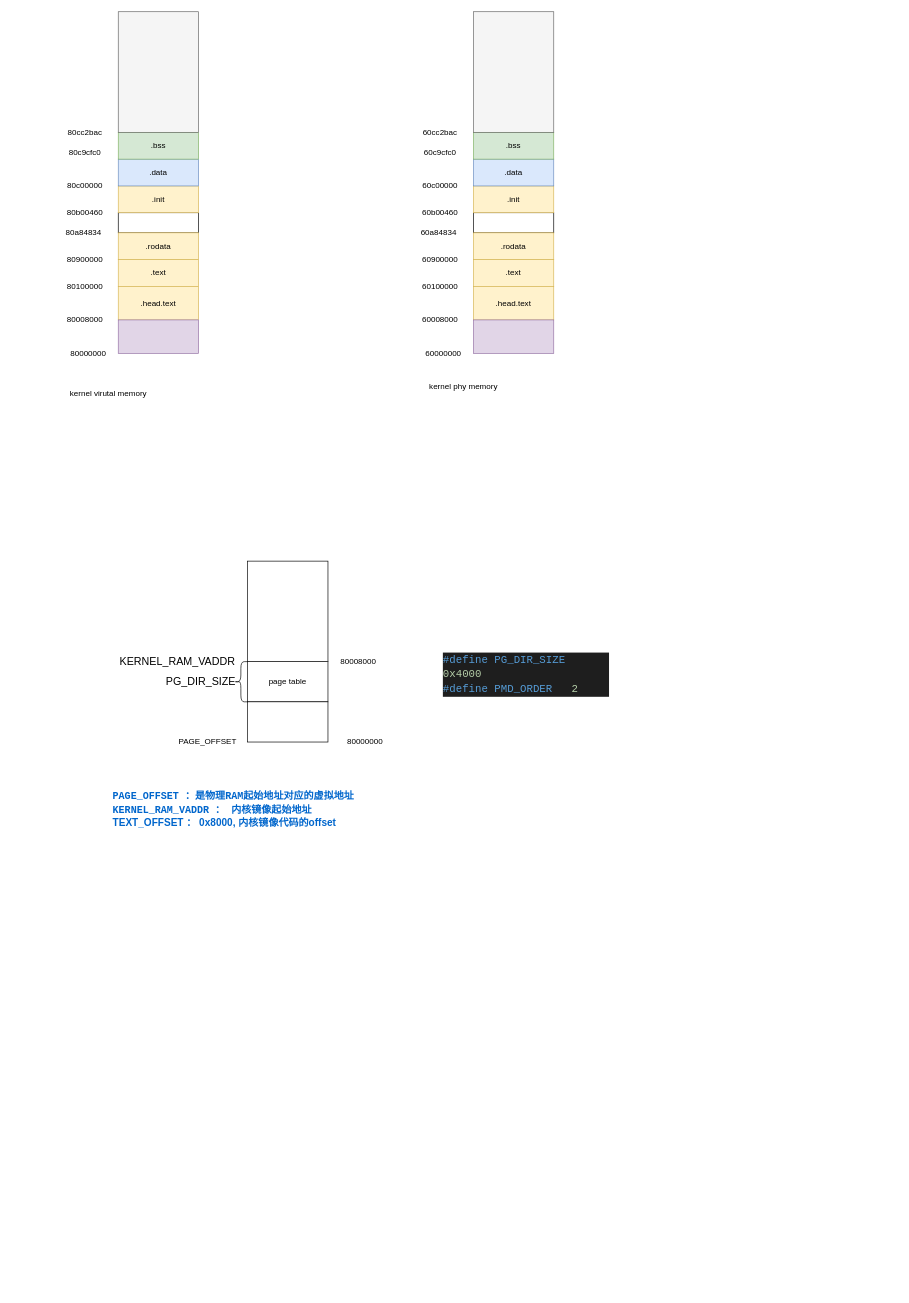
The draw.io diagram page "memory" (4 of 4) of linux.drawio in thomas-coding/drawio, before the edit. Source tidied: cells renumbered, new cells numbered last; positions are measured from the earlier drawing's top-left corner, leaving out a move shared by most shapes. Both pictures are drawn from the tidied source at 67%, with x=0, y=0 at pixel (60, 11).
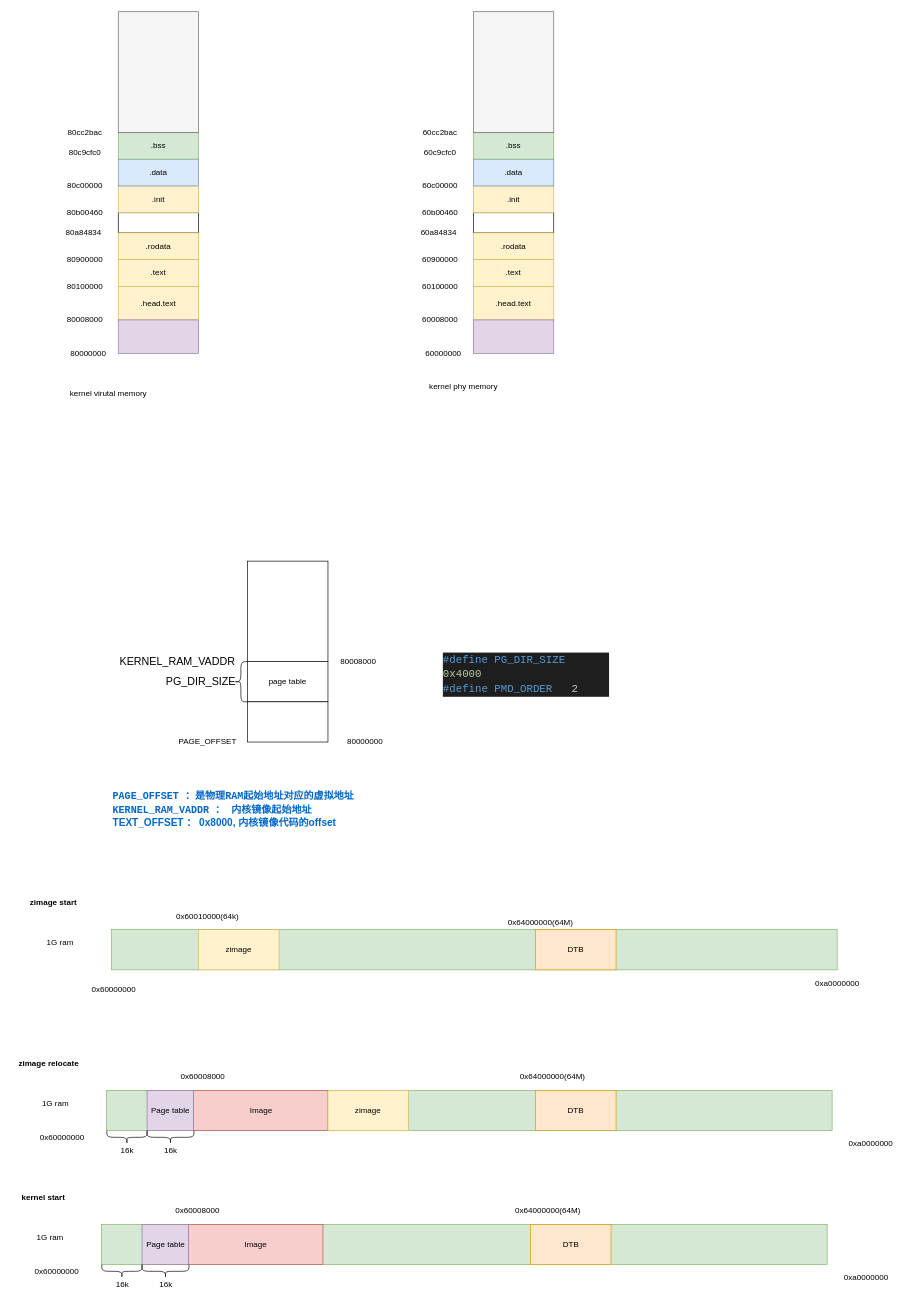
After the change.

Diff of the diagram source:
```diff
@@
+    <mxCell id="51" style="rounded=0;whiteSpace=wrap;html=1;fillColor=#d5e8d4;strokeColor=#82b366;" parent="1" vertex="1">
+      <mxGeometry x="77" y="1370" width="1083" height="60" as="geometry" />
+    </mxCell>
+    <mxCell id="52" value="1G ram" style="text;html=1;align=center;verticalAlign=middle;strokeColor=none;fillColor=none;" parent="1" vertex="1">
+      <mxGeometry x="-30" y="1380" width="60" height="20" as="geometry" />
+    </mxCell>
+    <mxCell id="53" value="zimage" style="rounded=0;whiteSpace=wrap;html=1;fillColor=#fff2cc;strokeColor=#d6b656;" parent="1" vertex="1">
+      <mxGeometry x="207" y="1370" width="120" height="60" as="geometry" />
+    </mxCell>
+    <mxCell id="54" value="0x60000000" style="text;html=1;align=center;verticalAlign=middle;strokeColor=none;fillColor=none;" parent="1" vertex="1">
+      <mxGeometry x="40" y="1450" width="80" height="20" as="geometry" />
+    </mxCell>
+    <mxCell id="55" value="0xa0000000" style="text;html=1;align=center;verticalAlign=middle;strokeColor=none;fillColor=none;" parent="1" vertex="1">
+      <mxGeometry x="1120" y="1440" width="80" height="20" as="geometry" />
+    </mxCell>
+    <mxCell id="56" value="0x60010000(64k)" style="text;html=1;align=center;verticalAlign=middle;strokeColor=none;fillColor=none;" parent="1" vertex="1">
+      <mxGeometry x="165" y="1340" width="110" height="20" as="geometry" />
+    </mxCell>
+    <mxCell id="57" value="DTB" style="rounded=0;whiteSpace=wrap;html=1;fillColor=#ffe6cc;strokeColor=#d79b00;" parent="1" vertex="1">
+      <mxGeometry x="710" y="1370" width="120" height="60" as="geometry" />
+    </mxCell>
+    <mxCell id="58" value="0x64000000(64M)" style="text;html=1;align=center;verticalAlign=middle;strokeColor=none;fillColor=none;" parent="1" vertex="1">
+      <mxGeometry x="662" y="1350" width="110" height="20" as="geometry" />
+    </mxCell>
+    <mxCell id="59" value="zimage start" style="text;html=1;align=center;verticalAlign=middle;strokeColor=none;fillColor=none;fontStyle=1;" parent="1" vertex="1">
+      <mxGeometry x="-55" y="1320" width="90" height="20" as="geometry" />
+    </mxCell>
+    <mxCell id="60" style="rounded=0;whiteSpace=wrap;html=1;fillColor=#d5e8d4;strokeColor=#82b366;" parent="1" vertex="1">
+      <mxGeometry x="69.5" y="1610" width="1083" height="60" as="geometry" />
+    </mxCell>
+    <mxCell id="61" value="1G ram" style="text;html=1;align=center;verticalAlign=middle;strokeColor=none;fillColor=none;" parent="1" vertex="1">
+      <mxGeometry x="-37.5" y="1620" width="60" height="20" as="geometry" />
+    </mxCell>
+    <mxCell id="62" value="Image" style="rounded=0;whiteSpace=wrap;html=1;fillColor=#f8cecc;strokeColor=#b85450;" parent="1" vertex="1">
+      <mxGeometry x="199.5" y="1610" width="200.5" height="60" as="geometry" />
+    </mxCell>
+    <mxCell id="63" value="0x60000000" style="text;html=1;align=center;verticalAlign=middle;strokeColor=none;fillColor=none;" parent="1" vertex="1">
+      <mxGeometry x="-37.5" y="1670" width="80" height="20" as="geometry" />
+    </mxCell>
+    <mxCell id="64" value="0xa0000000" style="text;html=1;align=center;verticalAlign=middle;strokeColor=none;fillColor=none;" parent="1" vertex="1">
+      <mxGeometry x="1170" y="1680" width="80" height="20" as="geometry" />
+    </mxCell>
+    <mxCell id="65" value="0x60008000" style="text;html=1;align=center;verticalAlign=middle;strokeColor=none;fillColor=none;" parent="1" vertex="1">
+      <mxGeometry x="172.5" y="1580" width="80" height="20" as="geometry" />
+    </mxCell>
+    <mxCell id="66" value="DTB" style="rounded=0;whiteSpace=wrap;html=1;fillColor=#ffe6cc;strokeColor=#d79b00;" parent="1" vertex="1">
+      <mxGeometry x="710" y="1610" width="120" height="60" as="geometry" />
+    </mxCell>
+    <mxCell id="67" value="0x64000000(64M)" style="text;html=1;align=center;verticalAlign=middle;strokeColor=none;fillColor=none;" parent="1" vertex="1">
+      <mxGeometry x="680" y="1580" width="110" height="20" as="geometry" />
+    </mxCell>
+    <mxCell id="68" value="zimage relocate" style="text;html=1;align=center;verticalAlign=middle;strokeColor=none;fillColor=none;fontStyle=1;" parent="1" vertex="1">
+      <mxGeometry x="-72.5" y="1560" width="110" height="20" as="geometry" />
+    </mxCell>
+    <mxCell id="69" value="zimage" style="rounded=0;whiteSpace=wrap;html=1;fillColor=#fff2cc;strokeColor=#d6b656;" parent="1" vertex="1">
+      <mxGeometry x="400" y="1610" width="120" height="60" as="geometry" />
+    </mxCell>
+    <mxCell id="70" value="Page table" style="rounded=0;whiteSpace=wrap;html=1;fillColor=#e1d5e7;strokeColor=#9673a6;" parent="1" vertex="1">
+      <mxGeometry x="130" y="1610" width="69.5" height="60" as="geometry" />
+    </mxCell>
+    <mxCell id="71" style="shape=curlyBracket;whiteSpace=wrap;html=1;rounded=1;direction=north;" parent="1" vertex="1">
+      <mxGeometry x="70" y="1670" width="60" height="20" as="geometry" />
+    </mxCell>
+    <mxCell id="72" value="16k" style="text;html=1;align=center;verticalAlign=middle;strokeColor=none;fillColor=none;" parent="1" vertex="1">
+      <mxGeometry x="85" y="1690" width="30" height="20" as="geometry" />
+    </mxCell>
+    <mxCell id="73" style="shape=curlyBracket;whiteSpace=wrap;html=1;rounded=1;direction=north;" parent="1" vertex="1">
+      <mxGeometry x="130" y="1670" width="70" height="20" as="geometry" />
+    </mxCell>
+    <mxCell id="74" value="16k" style="text;html=1;align=center;verticalAlign=middle;strokeColor=none;fillColor=none;" parent="1" vertex="1">
+      <mxGeometry x="150" y="1690" width="30" height="20" as="geometry" />
+    </mxCell>
+    <mxCell id="75" style="rounded=0;whiteSpace=wrap;html=1;fillColor=#d5e8d4;strokeColor=#82b366;" parent="1" vertex="1">
+      <mxGeometry x="62" y="1810" width="1083" height="60" as="geometry" />
+    </mxCell>
+    <mxCell id="76" value="1G ram" style="text;html=1;align=center;verticalAlign=middle;strokeColor=none;fillColor=none;" parent="1" vertex="1">
+      <mxGeometry x="-45" y="1820" width="60" height="20" as="geometry" />
+    </mxCell>
+    <mxCell id="77" value="Image" style="rounded=0;whiteSpace=wrap;html=1;fillColor=#f8cecc;strokeColor=#b85450;" parent="1" vertex="1">
+      <mxGeometry x="192" y="1810" width="200.5" height="60" as="geometry" />
+    </mxCell>
+    <mxCell id="78" value="0x60000000" style="text;html=1;align=center;verticalAlign=middle;strokeColor=none;fillColor=none;" parent="1" vertex="1">
+      <mxGeometry x="-45" y="1870" width="80" height="20" as="geometry" />
+    </mxCell>
+    <mxCell id="79" value="0xa0000000" style="text;html=1;align=center;verticalAlign=middle;strokeColor=none;fillColor=none;" parent="1" vertex="1">
+      <mxGeometry x="1162.5" y="1880" width="80" height="20" as="geometry" />
+    </mxCell>
+    <mxCell id="80" value="0x60008000" style="text;html=1;align=center;verticalAlign=middle;strokeColor=none;fillColor=none;" parent="1" vertex="1">
+      <mxGeometry x="165" y="1780" width="80" height="20" as="geometry" />
+    </mxCell>
+    <mxCell id="81" value="DTB" style="rounded=0;whiteSpace=wrap;html=1;fillColor=#ffe6cc;strokeColor=#d79b00;" parent="1" vertex="1">
+      <mxGeometry x="702.5" y="1810" width="120" height="60" as="geometry" />
+    </mxCell>
+    <mxCell id="82" value="0x64000000(64M)" style="text;html=1;align=center;verticalAlign=middle;strokeColor=none;fillColor=none;" parent="1" vertex="1">
+      <mxGeometry x="672.5" y="1780" width="110" height="20" as="geometry" />
+    </mxCell>
+    <mxCell id="83" value="kernel start" style="text;html=1;align=center;verticalAlign=middle;strokeColor=none;fillColor=none;fontStyle=1;" parent="1" vertex="1">
+      <mxGeometry x="-65" y="1760" width="80" height="20" as="geometry" />
+    </mxCell>
+    <mxCell id="84" value="Page table" style="rounded=0;whiteSpace=wrap;html=1;fillColor=#e1d5e7;strokeColor=#9673a6;" parent="1" vertex="1">
+      <mxGeometry x="122.5" y="1810" width="69.5" height="60" as="geometry" />
+    </mxCell>
+    <mxCell id="85" style="shape=curlyBracket;whiteSpace=wrap;html=1;rounded=1;direction=north;" parent="1" vertex="1">
+      <mxGeometry x="62.5" y="1870" width="60" height="20" as="geometry" />
+    </mxCell>
+    <mxCell id="86" value="16k" style="text;html=1;align=center;verticalAlign=middle;strokeColor=none;fillColor=none;" parent="1" vertex="1">
+      <mxGeometry x="77.5" y="1890" width="30" height="20" as="geometry" />
+    </mxCell>
+    <mxCell id="87" style="shape=curlyBracket;whiteSpace=wrap;html=1;rounded=1;direction=north;" parent="1" vertex="1">
+      <mxGeometry x="122.5" y="1870" width="70" height="20" as="geometry" />
+    </mxCell>
+    <mxCell id="88" value="16k" style="text;html=1;align=center;verticalAlign=middle;strokeColor=none;fillColor=none;" parent="1" vertex="1">
+      <mxGeometry x="142.5" y="1890" width="30" height="20" as="geometry" />
+    </mxCell>
```
